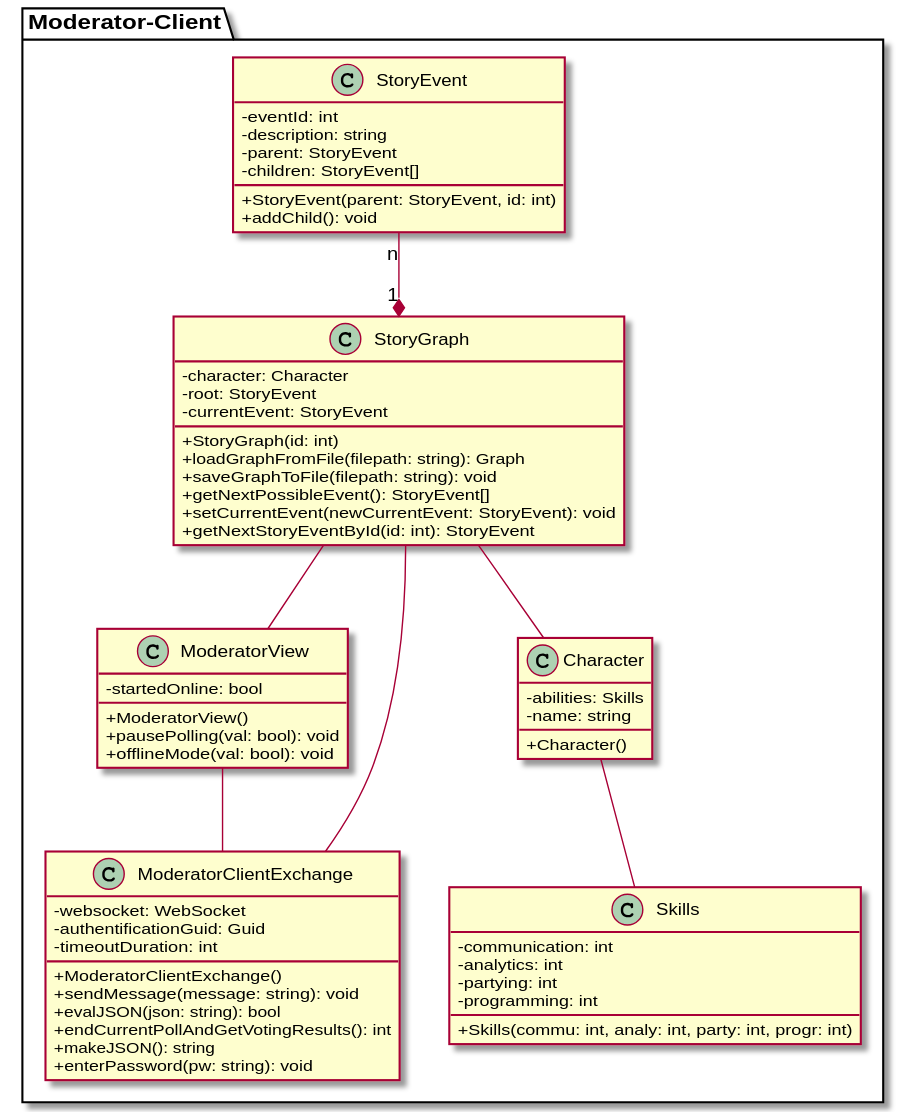
Brotenko/QualityQuest keeps this PlantUML diagram as Docs/Technical Specifications/docs/diagrams/ClassDiagrams/ModeratorClientClassDiagram.svg. Above is the earlier version.
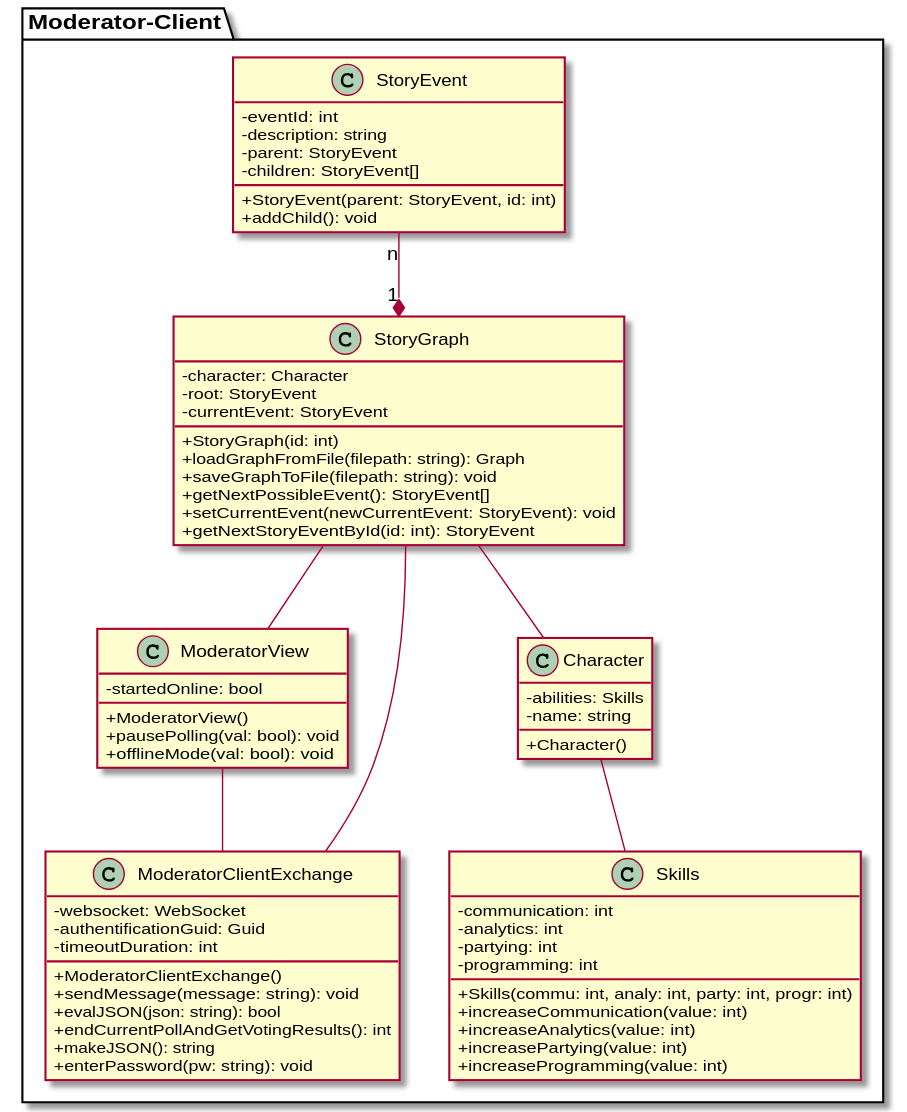
Above is the later version.

Change to the diagram source:
```diff
@@ -49,6 +49,10 @@
     {field} -partying: int
     {field} -programming: int
     {method} + Skills(commu: int, analy: int, party: int, progr: int)
+    {method} + increaseCommunication(value: int)
+    {method} + increaseAnalytics(value: int)
+    {method} + increasePartying(value: int)
+    {method} + increaseProgramming(value: int)
   }
 
   class Character {
```
